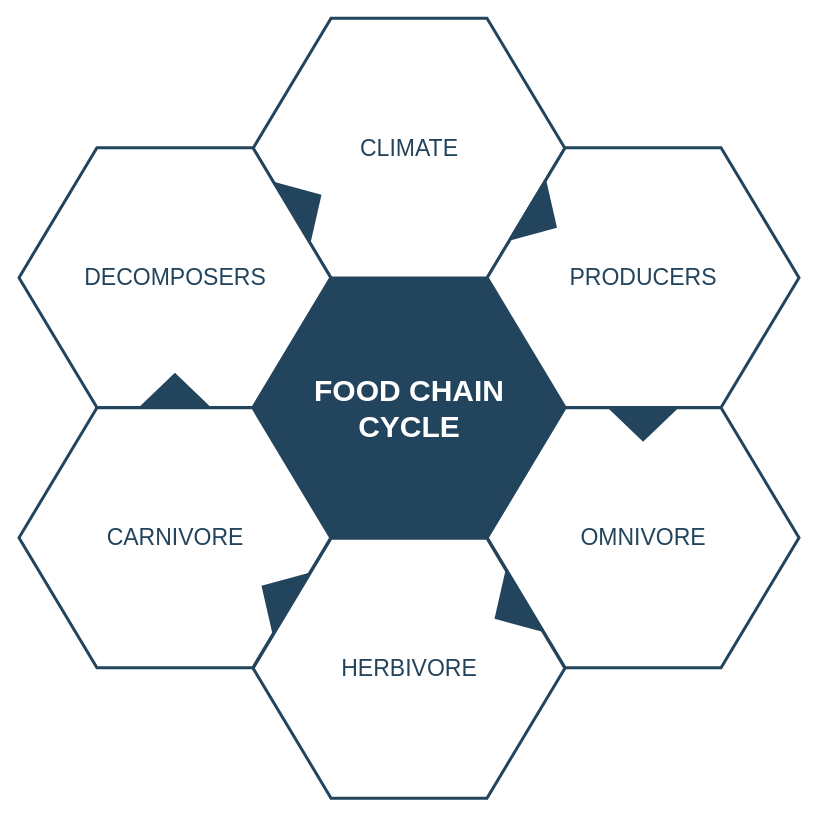
RyunMi/Math-model-code keeps this draw.io diagram as flowgraph/huanxing.drawio. Above is the earlier version. Source tidied: cells renumbered, new cells numbered last; positions are measured from the earlier drawing's top-left corner, leaving out a move shared by most shapes. Both pictures are drawn from the tidied source at 100%, with x=0, y=0 at pixel (18, 18).
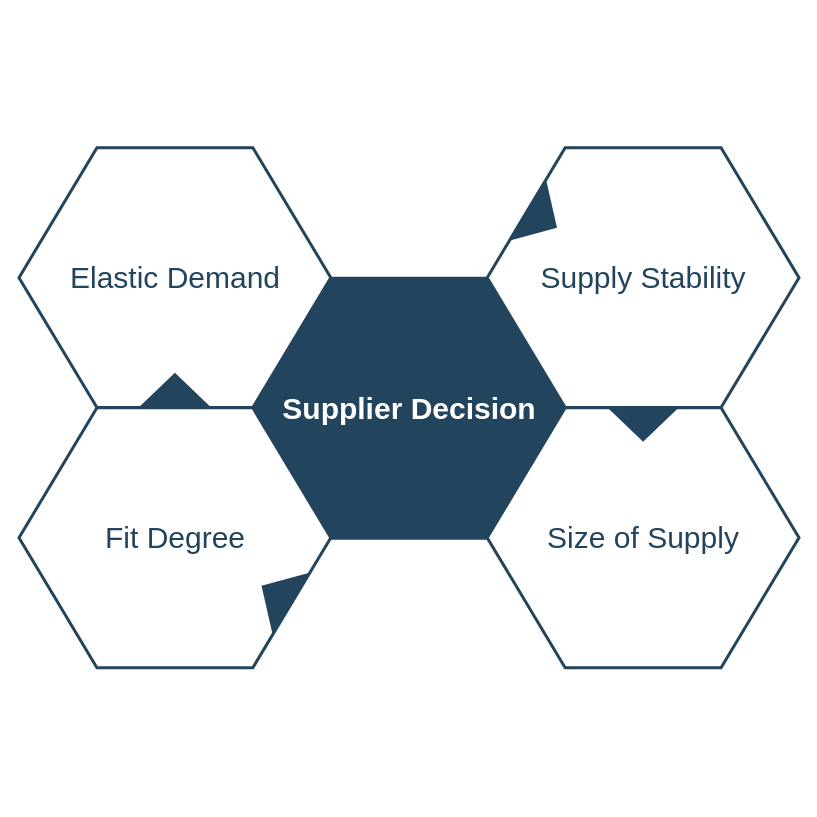
The same page after the edit.

Change to the diagram source:
```diff
@@
 <mxGraphModel>
   <root>
     <mxCell id="0" />
     <mxCell id="1" parent="0" />
-    <mxCell id="2" value="&lt;font style=&quot;font-size: 30px&quot; color=&quot;#ffffff&quot;&gt;&lt;b&gt;&lt;span&gt;FOOD CHAIN&lt;/span&gt;&lt;br&gt;&lt;span&gt;CYCLE&lt;/span&gt;&lt;/b&gt;&lt;/font&gt;&lt;br&gt;" style="shape=hexagon;perimeter=hexagonPerimeter2;whiteSpace=wrap;html=1;shadow=0;labelBackgroundColor=none;strokeColor=#23445D;fillColor=#23445D;gradientColor=none;fontFamily=Helvetica;fontSize=23;fontColor=#23445d;align=center;strokeWidth=3;" parent="1" vertex="1">
+    <mxCell id="2" value="&lt;font color=&quot;#ffffff&quot;&gt;&lt;span style=&quot;font-size: 30px&quot;&gt;&lt;b&gt;Supplier Decision&lt;/b&gt;&lt;/span&gt;&lt;/font&gt;" style="shape=hexagon;perimeter=hexagonPerimeter2;whiteSpace=wrap;html=1;shadow=0;labelBackgroundColor=none;strokeColor=#23445D;fillColor=#23445D;gradientColor=none;fontFamily=Helvetica;fontSize=23;fontColor=#23445d;align=center;strokeWidth=3;" parent="1" vertex="1">
       <mxGeometry x="234.6" y="259.8" width="311.8" height="259.9" as="geometry" />
     </mxCell>
     <mxCell id="3" style="triangle;whiteSpace=wrap;html=1;shadow=0;labelBackgroundColor=none;strokeColor=none;fillColor=#FFFFFF;fontFamily=Helvetica;fontSize=17;fontColor=#23445d;align=center;rotation=90;gradientColor=none;flipV=1;flipH=1;opacity=20;" parent="1" vertex="1">
       <mxGeometry x="115.5" y="277.7" width="72" height="152" as="geometry" />
     </mxCell>
-    <mxCell id="4" value="&lt;font style=&quot;font-size: 23px&quot;&gt;CLIMATE&lt;/font&gt;" style="shape=hexagon;perimeter=hexagonPerimeter2;whiteSpace=wrap;html=1;shadow=0;labelBackgroundColor=none;strokeColor=#23445D;fillColor=#ffffff;gradientColor=none;fontFamily=Helvetica;fontSize=23;fontColor=#23445D;align=center;strokeWidth=3;" parent="1" vertex="1">
-      <mxGeometry x="234.6" y="-0.3" width="311.8" height="259.9" as="geometry" />
-    </mxCell>
-    <mxCell id="5" value="&lt;font style=&quot;font-size: 23px&quot;&gt;PRODUCERS&lt;/font&gt;" style="shape=hexagon;perimeter=hexagonPerimeter2;whiteSpace=wrap;html=1;shadow=0;labelBackgroundColor=none;strokeColor=#23445D;fillColor=#FFFFFF;gradientColor=none;fontFamily=Helvetica;fontSize=23;fontColor=#23445d;align=center;strokeWidth=3;" parent="1" vertex="1">
+    <mxCell id="5" value="&lt;font style=&quot;font-size: 30px&quot;&gt;Supply Stability&lt;/font&gt;" style="shape=hexagon;perimeter=hexagonPerimeter2;whiteSpace=wrap;html=1;shadow=0;labelBackgroundColor=none;strokeColor=#23445D;fillColor=#FFFFFF;gradientColor=none;fontFamily=Helvetica;fontSize=23;fontColor=#23445d;align=center;strokeWidth=3;" parent="1" vertex="1">
       <mxGeometry x="468.7" y="129.2" width="311.8" height="259.9" as="geometry" />
     </mxCell>
-    <mxCell id="6" value="&lt;font style=&quot;font-size: 23px&quot;&gt;OMNIVORE&lt;/font&gt;" style="shape=hexagon;perimeter=hexagonPerimeter2;whiteSpace=wrap;html=1;shadow=0;labelBackgroundColor=none;strokeColor=#23445D;fillColor=#FFFFFF;gradientColor=none;fontFamily=Helvetica;fontSize=23;fontColor=#23445d;align=center;strokeWidth=3;" parent="1" vertex="1">
+    <mxCell id="6" value="&lt;font style=&quot;font-size: 30px&quot;&gt;Size of Supply&lt;/font&gt;" style="shape=hexagon;perimeter=hexagonPerimeter2;whiteSpace=wrap;html=1;shadow=0;labelBackgroundColor=none;strokeColor=#23445D;fillColor=#FFFFFF;gradientColor=none;fontFamily=Helvetica;fontSize=23;fontColor=#23445d;align=center;strokeWidth=3;" parent="1" vertex="1">
       <mxGeometry x="468.7" y="389.3" width="311.8" height="259.9" as="geometry" />
     </mxCell>
-    <mxCell id="7" value="&lt;font style=&quot;font-size: 23px&quot;&gt;HERBIVORE&lt;/font&gt;" style="shape=hexagon;perimeter=hexagonPerimeter2;whiteSpace=wrap;html=1;shadow=0;labelBackgroundColor=none;strokeColor=#23445D;fillColor=#FFFFFF;gradientColor=none;fontFamily=Helvetica;fontSize=23;fontColor=#23445d;align=center;strokeWidth=3;" parent="1" vertex="1">
-      <mxGeometry x="234.6" y="519.8" width="311.8" height="259.9" as="geometry" />
-    </mxCell>
-    <mxCell id="8" value="&lt;font style=&quot;font-size: 23px&quot;&gt;CARNIVORE&lt;/font&gt;" style="shape=hexagon;perimeter=hexagonPerimeter2;whiteSpace=wrap;html=1;shadow=0;labelBackgroundColor=none;strokeColor=#23445D;fillColor=#FFFFFF;gradientColor=none;fontFamily=Helvetica;fontSize=23;fontColor=#23445d;align=center;strokeWidth=3;" parent="1" vertex="1">
+    <mxCell id="8" value="&lt;font style=&quot;font-size: 30px&quot;&gt;Fit Degree&lt;/font&gt;" style="shape=hexagon;perimeter=hexagonPerimeter2;whiteSpace=wrap;html=1;shadow=0;labelBackgroundColor=none;strokeColor=#23445D;fillColor=#FFFFFF;gradientColor=none;fontFamily=Helvetica;fontSize=23;fontColor=#23445d;align=center;strokeWidth=3;" parent="1" vertex="1">
       <mxGeometry x="0.5" y="389.3" width="311.8" height="259.9" as="geometry" />
     </mxCell>
-    <mxCell id="9" value="&lt;font style=&quot;font-size: 23px;&quot;&gt;DECOMPOSERS&lt;/font&gt;" style="shape=hexagon;perimeter=hexagonPerimeter2;whiteSpace=wrap;html=1;shadow=0;labelBackgroundColor=none;strokeColor=#23445D;fillColor=#ffffff;gradientColor=none;fontFamily=Helvetica;fontSize=23;fontColor=#23445D;align=center;strokeWidth=3;" parent="1" vertex="1">
+    <mxCell id="9" value="&lt;font style=&quot;font-size: 30px&quot;&gt;Elastic Demand&lt;/font&gt;" style="shape=hexagon;perimeter=hexagonPerimeter2;whiteSpace=wrap;html=1;shadow=0;labelBackgroundColor=none;strokeColor=#23445D;fillColor=#ffffff;gradientColor=none;fontFamily=Helvetica;fontSize=23;fontColor=#23445D;align=center;strokeWidth=3;" parent="1" vertex="1">
       <mxGeometry x="0.5" y="129.2" width="311.8" height="259.9" as="geometry" />
     </mxCell>
     <mxCell id="10" style="triangle;whiteSpace=wrap;html=1;shadow=0;labelBackgroundColor=none;strokeColor=none;fillColor=#23445D;fontFamily=Helvetica;fontSize=17;fontColor=#23445d;align=center;rotation=31;gradientColor=none;strokeWidth=3;" parent="1" vertex="1">
       <mxGeometry x="506" y="163.7" width="35" height="73" as="geometry" />
     </mxCell>
     <mxCell id="11" style="triangle;whiteSpace=wrap;html=1;shadow=0;labelBackgroundColor=none;strokeColor=none;fillColor=#23445D;fontFamily=Helvetica;fontSize=17;fontColor=#23445d;align=center;rotation=31;gradientColor=none;flipH=1;strokeWidth=3;" parent="1" vertex="1">
       <mxGeometry x="240.5" y="539.7" width="35" height="73" as="geometry" />
     </mxCell>
-    <mxCell id="12" style="triangle;whiteSpace=wrap;html=1;shadow=0;labelBackgroundColor=none;strokeColor=none;fillColor=#23445D;fontFamily=Helvetica;fontSize=17;fontColor=#23445d;align=center;rotation=329;gradientColor=none;strokeWidth=3;" parent="1" vertex="1">
-      <mxGeometry x="270.5" y="148.7" width="35" height="73" as="geometry" />
-    </mxCell>
-    <mxCell id="13" style="triangle;whiteSpace=wrap;html=1;shadow=0;labelBackgroundColor=none;strokeColor=none;fillColor=#23445D;fontFamily=Helvetica;fontSize=17;fontColor=#23445d;align=center;rotation=329;gradientColor=none;flipH=1;strokeWidth=3;" parent="1" vertex="1">
-      <mxGeometry x="473.5" y="554.7" width="35" height="73" as="geometry" />
-    </mxCell>
     <mxCell id="14" style="triangle;whiteSpace=wrap;html=1;shadow=0;labelBackgroundColor=none;strokeColor=none;fillColor=#23445D;fontFamily=Helvetica;fontSize=17;fontColor=#23445d;align=center;rotation=90;gradientColor=none;strokeWidth=3;" parent="1" vertex="1">
       <mxGeometry x="607.1" y="369.2" width="35" height="73" as="geometry" />
     </mxCell>
     <mxCell id="15" style="triangle;whiteSpace=wrap;html=1;shadow=0;labelBackgroundColor=none;strokeColor=none;fillColor=#23445D;fontFamily=Helvetica;fontSize=17;fontColor=#23445d;align=center;rotation=90;gradientColor=none;flipH=1;strokeWidth=3;" parent="1" vertex="1">
       <mxGeometry x="138.9" y="335.2" width="35" height="73" as="geometry" />
     </mxCell>
   </root>
 </mxGraphModel>
```
